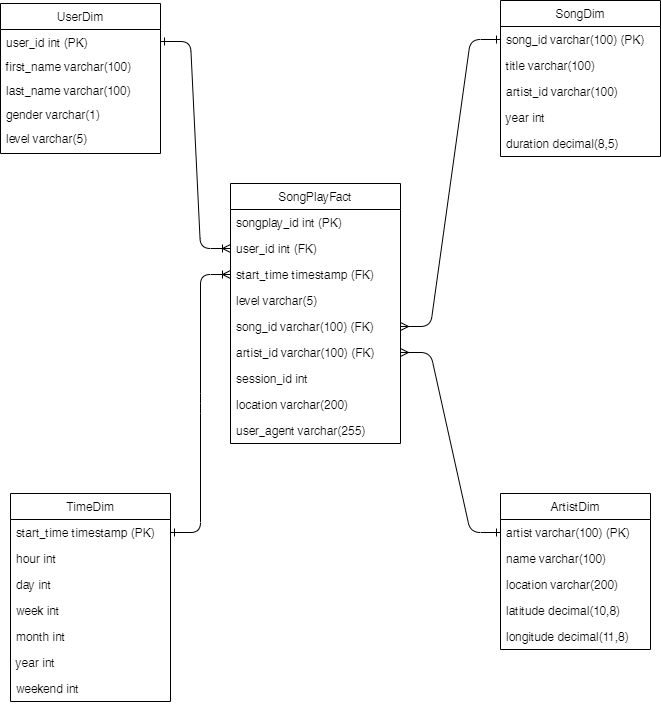
Above: images/logical.png in AnalyticsEnthusiast/DataModelingWithPostgres (draw.io), before the change. Source tidied: cells renumbered, new cells last; positions are measured from the earlier drawing's top-left corner, leaving out a move shared by most shapes.
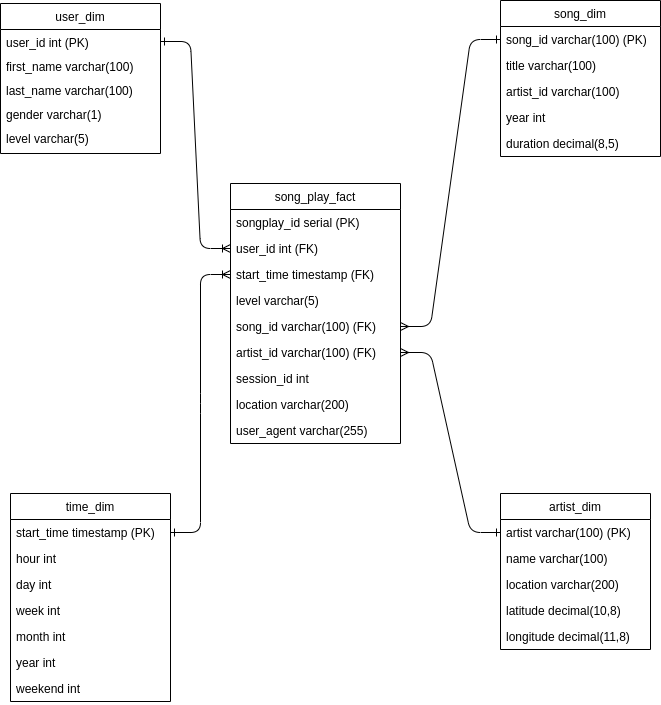
The same file after the commit.

What changed in the source:
```diff
@@ -2,7 +2,7 @@
   <root>
     <mxCell id="0" />
     <mxCell id="1" parent="0" />
-    <mxCell id="2" value="UserDim" style="swimlane;fontStyle=0;horizontal=1;startSize=26;" parent="1" vertex="1">
+    <mxCell id="2" value="user_dim" style="swimlane;fontStyle=0;horizontal=1;startSize=26;" parent="1" vertex="1">
       <mxGeometry y="3" width="160" height="150" as="geometry" />
     </mxCell>
     <mxCell id="3" value="user_id int (PK)" style="text;strokeColor=none;fillColor=none;align=left;verticalAlign=top;spacingLeft=4;spacingRight=4;overflow=hidden;points=[[0,0.5],[1,0.5]];portConstraint=eastwest;" parent="2" vertex="1">
@@ -20,7 +20,7 @@
     <mxCell id="7" value="level varchar(5)" style="text;strokeColor=none;fillColor=none;align=left;verticalAlign=top;spacingLeft=4;spacingRight=4;overflow=hidden;" parent="2" vertex="1">
       <mxGeometry y="122" width="160" height="28" as="geometry" />
     </mxCell>
-    <mxCell id="8" value="SongDim" style="swimlane;fontStyle=0;horizontal=1;startSize=26;" parent="1" vertex="1">
+    <mxCell id="8" value="song_dim" style="swimlane;fontStyle=0;horizontal=1;startSize=26;" parent="1" vertex="1">
       <mxGeometry x="500" width="160" height="156" as="geometry" />
     </mxCell>
     <mxCell id="9" value="song_id varchar(100) (PK)" style="text;strokeColor=none;fillColor=none;align=left;verticalAlign=top;spacingLeft=4;spacingRight=4;overflow=hidden;points=[[0,0.5],[1,0.5]];portConstraint=eastwest;" parent="8" vertex="1">
@@ -38,7 +38,7 @@
     <mxCell id="13" value="duration decimal(8,5)" style="text;strokeColor=none;fillColor=none;align=left;verticalAlign=top;spacingLeft=4;spacingRight=4;overflow=hidden;" parent="8" vertex="1">
       <mxGeometry y="130" width="160" height="26" as="geometry" />
     </mxCell>
-    <mxCell id="14" value="TimeDim" style="swimlane;fontStyle=0;horizontal=1;startSize=26;" parent="1" vertex="1">
+    <mxCell id="14" value="time_dim" style="swimlane;fontStyle=0;horizontal=1;startSize=26;" parent="1" vertex="1">
       <mxGeometry x="10" y="493" width="160" height="208" as="geometry" />
     </mxCell>
     <mxCell id="15" value="start_time timestamp (PK)" style="text;strokeColor=none;fillColor=none;align=left;verticalAlign=top;spacingLeft=4;spacingRight=4;overflow=hidden;points=[[0,0.5],[1,0.5]];portConstraint=eastwest;" parent="14" vertex="1">
@@ -62,7 +62,7 @@
     <mxCell id="21" value="weekend int" style="text;strokeColor=none;fillColor=none;align=left;verticalAlign=top;spacingLeft=4;spacingRight=4;overflow=hidden;" parent="14" vertex="1">
       <mxGeometry y="182" width="160" height="26" as="geometry" />
     </mxCell>
-    <mxCell id="22" value="ArtistDim" style="swimlane;fontStyle=0;horizontal=1;startSize=26;" parent="1" vertex="1">
+    <mxCell id="22" value="artist_dim" style="swimlane;fontStyle=0;horizontal=1;startSize=26;" parent="1" vertex="1">
       <mxGeometry x="500" y="493" width="150" height="156" as="geometry" />
     </mxCell>
     <mxCell id="23" value="artist varchar(100) (PK)" style="text;strokeColor=none;fillColor=none;align=left;verticalAlign=top;spacingLeft=4;spacingRight=4;overflow=hidden;points=[[0,0.5],[1,0.5]];portConstraint=eastwest;" parent="22" vertex="1">
@@ -80,10 +80,10 @@
     <mxCell id="27" value="longitude decimal(11,8)" style="text;strokeColor=none;fillColor=none;align=left;verticalAlign=top;spacingLeft=4;spacingRight=4;overflow=hidden;" parent="22" vertex="1">
       <mxGeometry y="130" width="150" height="26" as="geometry" />
     </mxCell>
-    <mxCell id="28" value="SongPlayFact" style="swimlane;fontStyle=0;horizontal=1;startSize=26;" parent="1" vertex="1">
+    <mxCell id="28" value="song_play_fact" style="swimlane;fontStyle=0;horizontal=1;startSize=26;" parent="1" vertex="1">
       <mxGeometry x="230" y="183" width="170" height="260" as="geometry" />
     </mxCell>
-    <mxCell id="29" value="songplay_id int (PK)" style="text;strokeColor=none;fillColor=none;align=left;verticalAlign=top;spacingLeft=4;spacingRight=4;overflow=hidden;" parent="28" vertex="1">
+    <mxCell id="29" value="songplay_id serial (PK)" style="text;strokeColor=none;fillColor=none;align=left;verticalAlign=top;spacingLeft=4;spacingRight=4;overflow=hidden;" parent="28" vertex="1">
       <mxGeometry y="26" width="170" height="26" as="geometry" />
     </mxCell>
     <mxCell id="30" value="user_id int (FK)" style="text;strokeColor=none;fillColor=none;align=left;verticalAlign=top;spacingLeft=4;spacingRight=4;overflow=hidden;points=[[0,0.5],[1,0.5]];portConstraint=eastwest;" parent="28" vertex="1">
```
